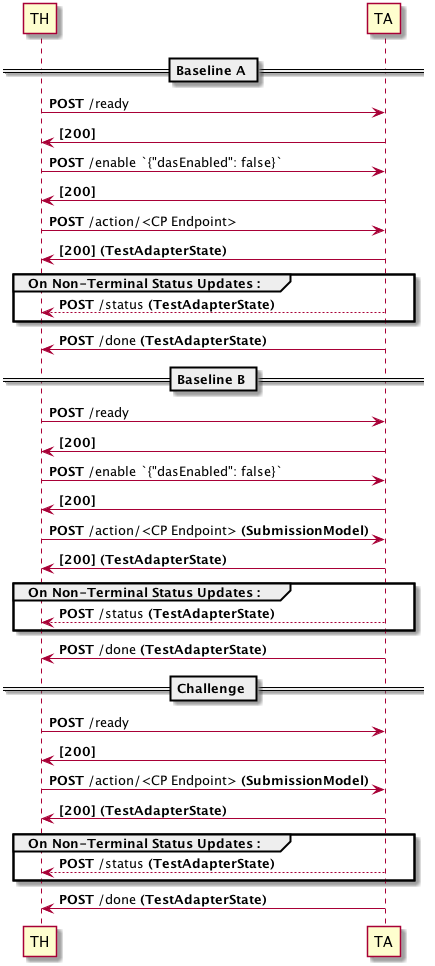
Before: phase02/ChallengeProblems/Immortals-Phase2-TestHarnessAPI-Workflow.png, a diagram exported from PlantUML (darpa-brass/bbn-immortals).
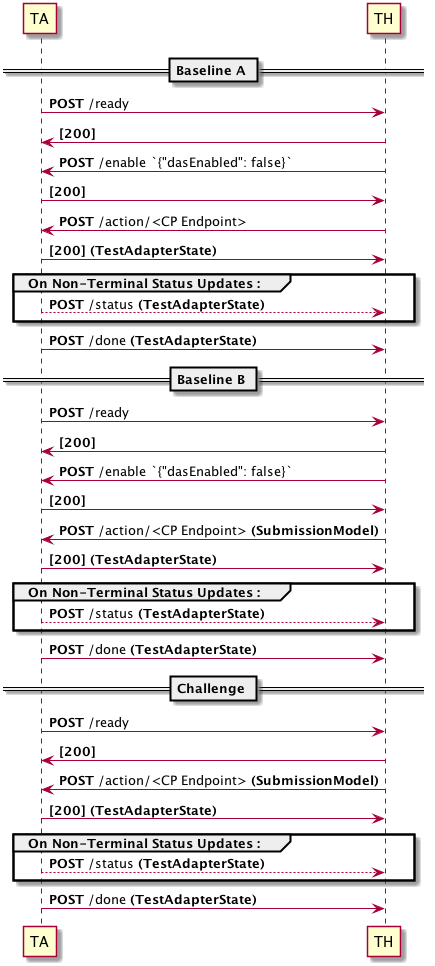
Above is the later version.

The edit, as a diff of the source:
```diff
@@ -2,8 +2,8 @@
 
 == Baseline A ==
 
-TH -> TA: <b>POST</b> /ready
-TA -> TH: <b>[200]</b>
+TA -> TH: <b>POST</b> /ready
+TH -> TA: <b>[200]</b>
 
 TH -> TA: <b>POST</b> /enable `{"dasEnabled": false}`
 TA -> TH: <b>[200]</b>
@@ -20,8 +20,8 @@
 
 == Baseline B ==
 
-TH -> TA: <b>POST</b> /ready
-TA -> TH: <b>[200]</b>
+TA -> TH: <b>POST</b> /ready
+TH -> TA: <b>[200]</b>
 
 TH -> TA: <b>POST</b> /enable `{"dasEnabled": false}`
 TA -> TH: <b>[200]</b>
@@ -38,8 +38,8 @@
 
 == Challenge ==
 
-TH -> TA: <b>POST</b> /ready
-TA -> TH: <b>[200]</b>
+TA -> TH: <b>POST</b> /ready
+TH -> TA: <b>[200]</b>
 
 TH -> TA: <b>POST</b> /action/<CP Endpoint> <b>(SubmissionModel)</b>
 TA -> TH: <b>[200]</b> <b>(TestAdapterState)</b>
```
